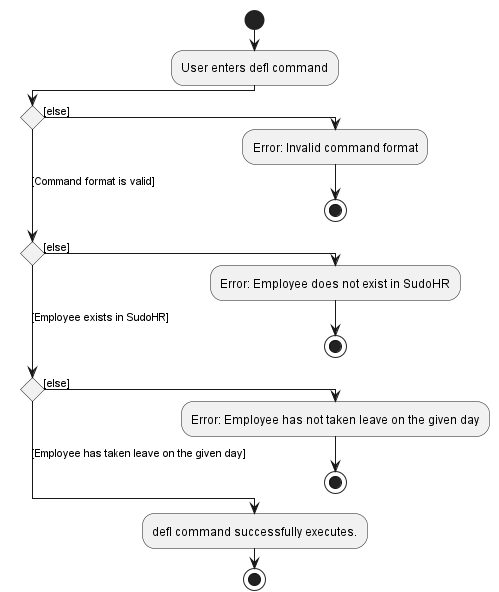
Earlier version of the PlantUML export docs/images/commands/leave/DeleteEmployeeFromLeaveActivityDiagram.png (nus-cs2103-AY2223S2/tp). Its source is kept beside it as docs/diagrams/commands/leaves/DeleteEmployeeFromLeaveActivityDiagram.puml. Its diagram source:
```plantuml
@startuml
!pragma useVerticalIf on
start
:User enters defl command;
if () then ([else])
  :Error: Invalid command format;
  stop
([Command format is valid])elseif () then ([else])
  :Error: Employee does not exist in SudoHR;
  stop
([Employee exists in SudoHR])elseif () then ([else])
  :Error: Employee has not taken leave on the given day;
  stop
 else ([Employee has taken leave on the given day])
  :defl command successfully executes.;
stop
@enduml
```
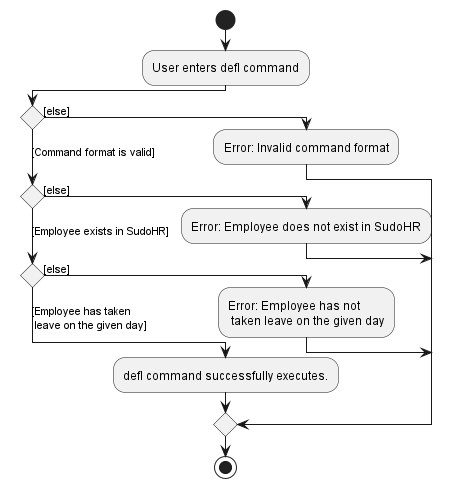
After the commit.

Commit message:
Change uml diagram to merge

What changed in the source:
```diff
@@ -4,14 +4,12 @@
 :User enters defl command;
 if () then ([else])
   :Error: Invalid command format;
-  stop
 ([Command format is valid])elseif () then ([else])
   :Error: Employee does not exist in SudoHR;
-  stop
 ([Employee exists in SudoHR])elseif () then ([else])
-  :Error: Employee has not taken leave on the given day;
-  stop
- else ([Employee has taken leave on the given day])
+  :Error: Employee has not \n taken leave on the given day;
+ else ([Employee has taken \n leave on the given day])
   :defl command successfully executes.;
+endif
 stop
 @enduml
```
